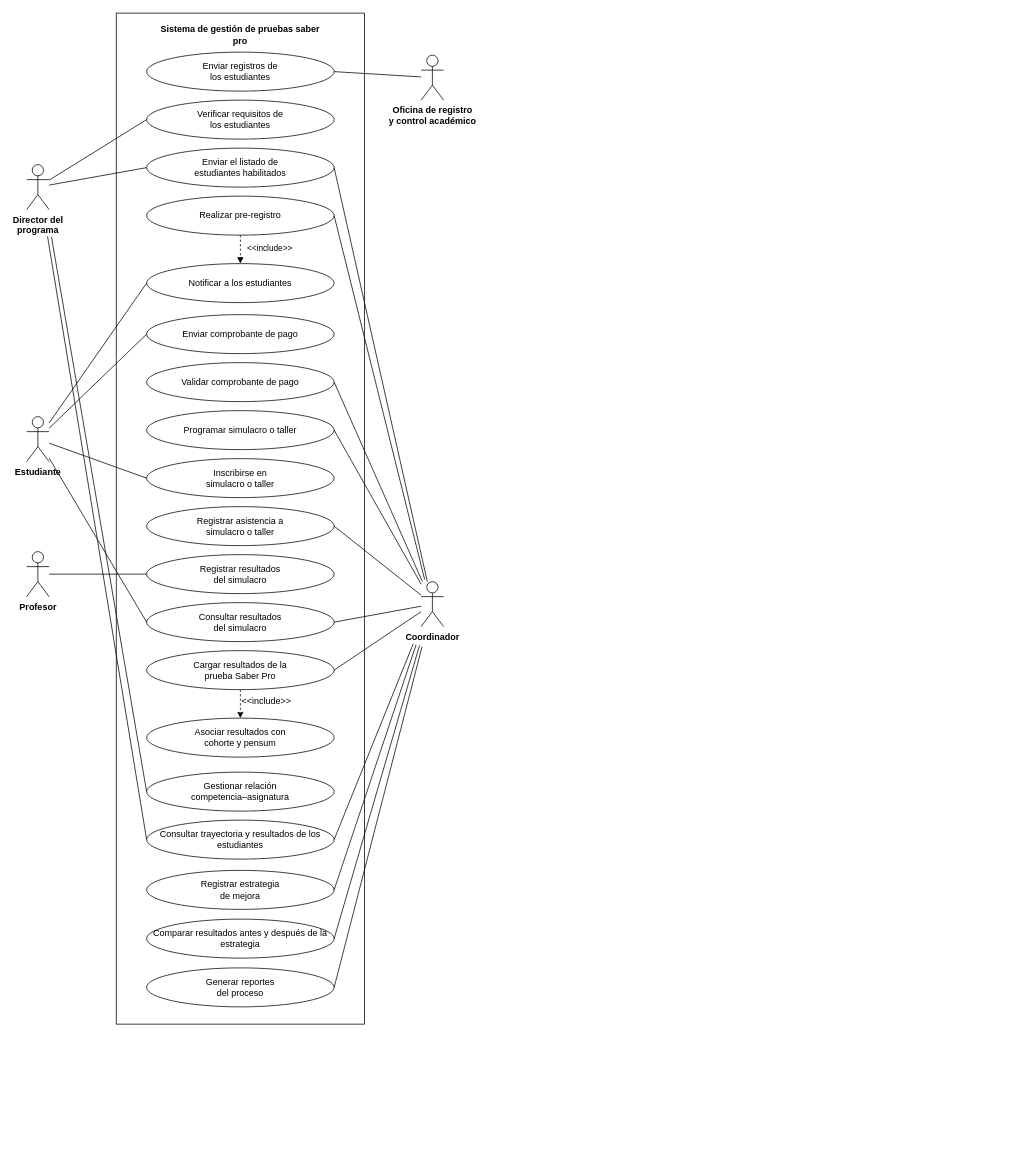
Earlier version of the draw.io diagram Diagramas cdu/Diagrama Requerimientos General.drawio (lauubeltran/isi-2026ii-SaberPro). Source tidied: cells renumbered, new cells numbered last; positions are measured from the earlier drawing's top-left corner, leaving out a move shared by most shapes. Both pictures are drawn from the tidied source at 75%, with x=0, y=0 at pixel (26, 13).
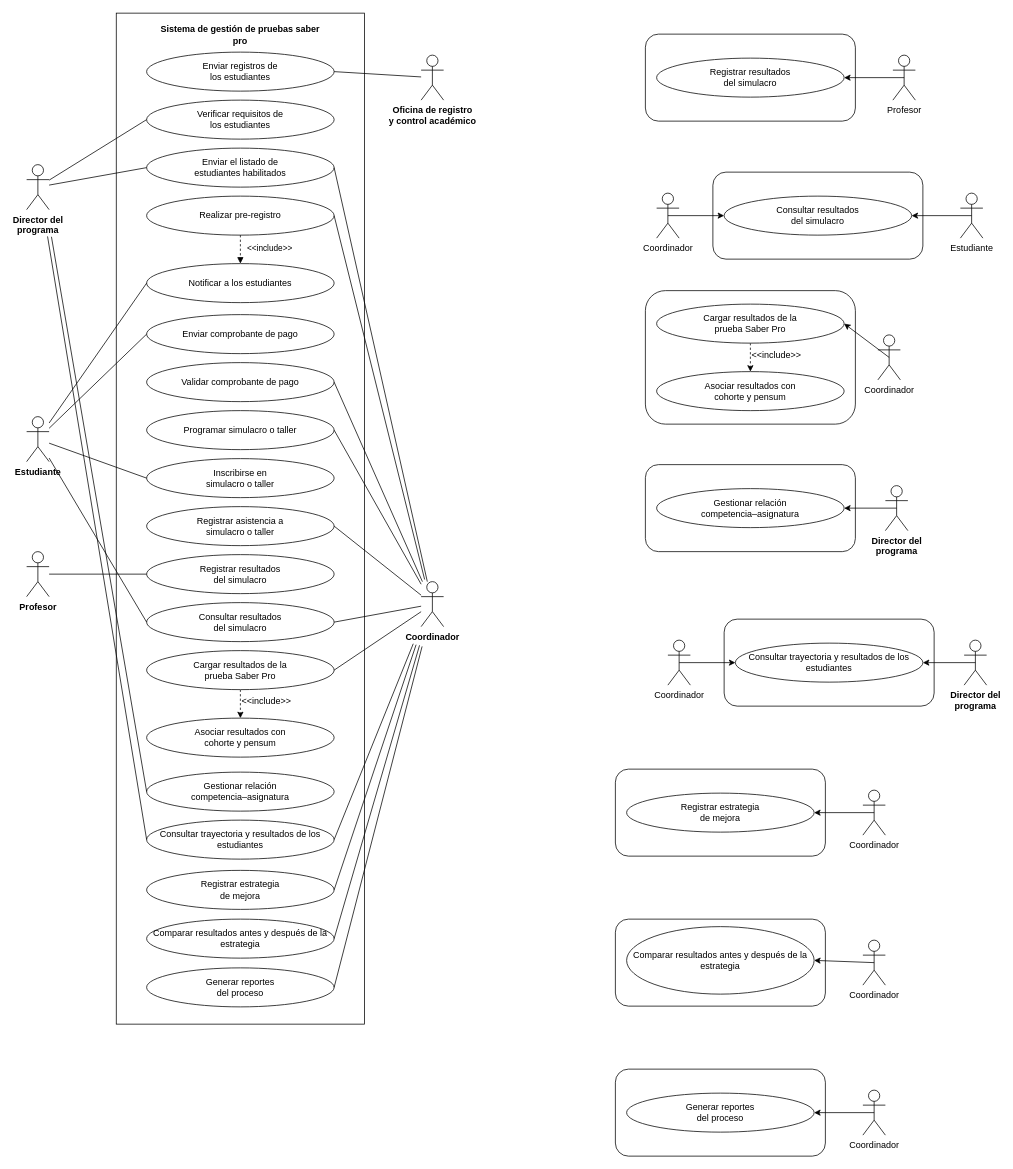
The same diagram, later.

Commit message (it also covers changes not shown here):
desglose del modelo general de requerimientos, para la explicación paso a paso

Change to the diagram source:
```diff
@@
+    <mxCell id="52" style="rounded=1;whiteSpace=wrap;html=1;" parent="1" vertex="1">
+      <mxGeometry x="825" y="28" width="280" height="116" as="geometry" />
+    </mxCell>
@@
+    <mxCell id="53" value="Registrar resultados&lt;br&gt;del simulacro" style="ellipse;whiteSpace=wrap;html=1;fontSize=12;fillColor=#ffffff;strokeColor=#000000;" parent="1" vertex="1">
+      <mxGeometry x="840" y="60" width="250" height="52" as="geometry" />
+    </mxCell>
+    <mxCell id="54" style="edgeStyle=orthogonalEdgeStyle;rounded=0;jettySize=auto;html=1;exitX=0.5;exitY=0.5;exitDx=0;exitDy=0;exitPerimeter=0;entryX=1;entryY=0.5;entryDx=0;entryDy=0;" parent="1" edge="1" source="55" target="53">
+      <mxGeometry relative="1" as="geometry" />
+    </mxCell>
+    <mxCell id="55" value="Profesor" style="shape=umlActor;verticalLabelPosition=bottom;verticalAlign=top;html=1;outlineConnect=0;" parent="1" vertex="1">
+      <mxGeometry x="1155" y="56" width="30" height="60" as="geometry" />
+    </mxCell>
+    <mxCell id="56" style="rounded=1;whiteSpace=wrap;html=1;" parent="1" vertex="1">
+      <mxGeometry x="915" y="212" width="280" height="116" as="geometry" />
+    </mxCell>
+    <mxCell id="57" style="edgeStyle=orthogonalEdgeStyle;rounded=0;jettySize=auto;html=1;exitX=0.5;exitY=0.5;exitDx=0;exitDy=0;exitPerimeter=0;entryX=1;entryY=0.5;entryDx=0;entryDy=0;" parent="1" edge="1" source="58" target="59">
+      <mxGeometry relative="1" as="geometry" />
+    </mxCell>
+    <mxCell id="58" value="Estudiante" style="shape=umlActor;verticalLabelPosition=bottom;verticalAlign=top;html=1;outlineConnect=0;" parent="1" vertex="1">
+      <mxGeometry x="1245" y="240" width="30" height="60" as="geometry" />
+    </mxCell>
+    <mxCell id="59" value="Consultar resultados&lt;br&gt;del simulacro" style="ellipse;whiteSpace=wrap;html=1;fontSize=12;fillColor=#ffffff;strokeColor=#000000;" parent="1" vertex="1">
+      <mxGeometry x="930" y="244" width="250" height="52" as="geometry" />
+    </mxCell>
+    <mxCell id="60" style="edgeStyle=orthogonalEdgeStyle;rounded=0;jettySize=auto;html=1;exitX=0.5;exitY=0.5;exitDx=0;exitDy=0;exitPerimeter=0;entryX=0;entryY=0.5;entryDx=0;entryDy=0;" parent="1" edge="1" source="61" target="59">
+      <mxGeometry relative="1" as="geometry" />
+    </mxCell>
+    <mxCell id="61" value="Coordinador" style="shape=umlActor;verticalLabelPosition=bottom;verticalAlign=top;html=1;outlineConnect=0;" parent="1" vertex="1">
+      <mxGeometry x="840" y="240" width="30" height="60" as="geometry" />
+    </mxCell>
+    <mxCell id="62" style="rounded=1;whiteSpace=wrap;html=1;" parent="1" vertex="1">
+      <mxGeometry x="825" y="370" width="280" height="178" as="geometry" />
+    </mxCell>
+    <mxCell id="63" style="edgeStyle=orthogonalEdgeStyle;rounded=0;jettySize=auto;html=1;exitX=0.5;exitY=1;exitDx=0;exitDy=0;entryX=0.5;entryY=0;entryDx=0;entryDy=0;dashed=1;" parent="1" edge="1" source="64" target="65">
+      <mxGeometry relative="1" as="geometry" />
+    </mxCell>
+    <mxCell id="64" value="Cargar resultados de la&lt;br&gt;prueba Saber Pro" style="ellipse;whiteSpace=wrap;html=1;fontSize=12;fillColor=#ffffff;strokeColor=#000000;" parent="1" vertex="1">
+      <mxGeometry x="840" y="388" width="250" height="52" as="geometry" />
+    </mxCell>
+    <mxCell id="65" value="Asociar resultados con&lt;br&gt;cohorte y pensum" style="ellipse;whiteSpace=wrap;html=1;fontSize=12;" parent="1" vertex="1">
+      <mxGeometry x="840" y="478" width="250" height="52" as="geometry" />
+    </mxCell>
+    <mxCell id="66" value="&amp;lt;&amp;lt;include&amp;gt;&amp;gt;&lt;div&gt;&lt;br&gt;&lt;/div&gt;" style="text;html=1;whiteSpace=wrap;strokeColor=none;fillColor=none;align=center;verticalAlign=middle;rounded=0;" parent="1" vertex="1">
+      <mxGeometry x="970" y="448" width="60" height="30" as="geometry" />
+    </mxCell>
+    <mxCell id="67" style="rounded=0;jettySize=auto;html=1;exitX=0.5;exitY=0.5;exitDx=0;exitDy=0;exitPerimeter=0;entryX=1;entryY=0.5;entryDx=0;entryDy=0;" parent="1" edge="1" source="68" target="64">
+      <mxGeometry relative="1" as="geometry" />
+    </mxCell>
+    <mxCell id="68" value="Coordinador" style="shape=umlActor;verticalLabelPosition=bottom;verticalAlign=top;html=1;outlineConnect=0;" parent="1" vertex="1">
+      <mxGeometry x="1135" y="429" width="30" height="60" as="geometry" />
+    </mxCell>
+    <mxCell id="69" style="rounded=1;whiteSpace=wrap;html=1;" parent="1" vertex="1">
+      <mxGeometry x="825" y="602" width="280" height="116" as="geometry" />
+    </mxCell>
+    <mxCell id="70" value="Gestionar relación&lt;br&gt;competencia–asignatura" style="ellipse;whiteSpace=wrap;html=1;fontSize=12;fillColor=#ffffff;strokeColor=#000000;" parent="1" vertex="1">
+      <mxGeometry x="840" y="634" width="250" height="52" as="geometry" />
+    </mxCell>
+    <mxCell id="71" style="edgeStyle=orthogonalEdgeStyle;rounded=0;jettySize=auto;html=1;exitX=0.5;exitY=0.5;exitDx=0;exitDy=0;exitPerimeter=0;entryX=1;entryY=0.5;entryDx=0;entryDy=0;" parent="1" edge="1" source="72" target="70">
+      <mxGeometry relative="1" as="geometry" />
+    </mxCell>
+    <mxCell id="72" value="Director del&lt;br&gt;programa" style="shape=umlActor;verticalLabelPosition=bottom;verticalAlign=top;html=1;outlineConnect=0;fontStyle=1;fontSize=12;" parent="1" vertex="1">
+      <mxGeometry x="1145" y="630" width="30" height="60" as="geometry" />
+    </mxCell>
+    <mxCell id="73" style="rounded=1;whiteSpace=wrap;html=1;" parent="1" vertex="1">
+      <mxGeometry x="930" y="808" width="280" height="116" as="geometry" />
+    </mxCell>
+    <mxCell id="74" style="edgeStyle=orthogonalEdgeStyle;rounded=0;jettySize=auto;html=1;exitX=0.5;exitY=0.5;exitDx=0;exitDy=0;exitPerimeter=0;entryX=1;entryY=0.5;entryDx=0;entryDy=0;" parent="1" edge="1" source="75" target="76">
+      <mxGeometry relative="1" as="geometry" />
+    </mxCell>
+    <mxCell id="75" value="Director del&lt;br&gt;programa" style="shape=umlActor;verticalLabelPosition=bottom;verticalAlign=top;html=1;outlineConnect=0;fontStyle=1;fontSize=12;" parent="1" vertex="1">
+      <mxGeometry x="1250" y="836" width="30" height="60" as="geometry" />
+    </mxCell>
+    <mxCell id="76" value="Consultar trayectoria y resultados de los estudiantes" style="ellipse;whiteSpace=wrap;html=1;fontSize=12;fillColor=#ffffff;strokeColor=#000000;" parent="1" vertex="1">
+      <mxGeometry x="945" y="840" width="250" height="52" as="geometry" />
+    </mxCell>
+    <mxCell id="77" style="edgeStyle=orthogonalEdgeStyle;rounded=0;jettySize=auto;html=1;exitX=0.5;exitY=0.5;exitDx=0;exitDy=0;exitPerimeter=0;entryX=0;entryY=0.5;entryDx=0;entryDy=0;" parent="1" edge="1" source="78" target="76">
+      <mxGeometry relative="1" as="geometry" />
+    </mxCell>
+    <mxCell id="78" value="Coordinador" style="shape=umlActor;verticalLabelPosition=bottom;verticalAlign=top;html=1;outlineConnect=0;" parent="1" vertex="1">
+      <mxGeometry x="855" y="836" width="30" height="60" as="geometry" />
+    </mxCell>
+    <mxCell id="79" style="rounded=1;whiteSpace=wrap;html=1;" parent="1" vertex="1">
+      <mxGeometry x="785" y="1008" width="280" height="116" as="geometry" />
+    </mxCell>
+    <mxCell id="80" style="edgeStyle=orthogonalEdgeStyle;rounded=0;jettySize=auto;html=1;exitX=0.5;exitY=0.5;exitDx=0;exitDy=0;exitPerimeter=0;entryX=1;entryY=0.5;entryDx=0;entryDy=0;" parent="1" edge="1" source="81" target="88">
+      <mxGeometry relative="1" as="geometry" />
+    </mxCell>
+    <mxCell id="81" value="Coordinador" style="shape=umlActor;verticalLabelPosition=bottom;verticalAlign=top;html=1;outlineConnect=0;" parent="1" vertex="1">
+      <mxGeometry x="1115" y="1036" width="30" height="60" as="geometry" />
+    </mxCell>
+    <mxCell id="82" style="rounded=1;whiteSpace=wrap;html=1;" parent="1" vertex="1">
+      <mxGeometry x="785" y="1208" width="280" height="116" as="geometry" />
+    </mxCell>
+    <mxCell id="83" style="rounded=0;jettySize=auto;html=1;exitX=0.5;exitY=0.5;exitDx=0;exitDy=0;exitPerimeter=0;entryX=1;entryY=0.5;entryDx=0;entryDy=0;" parent="1" edge="1" source="84" target="89">
+      <mxGeometry relative="1" as="geometry" />
+    </mxCell>
+    <mxCell id="84" value="Coordinador" style="shape=umlActor;verticalLabelPosition=bottom;verticalAlign=top;html=1;outlineConnect=0;" parent="1" vertex="1">
+      <mxGeometry x="1115" y="1236" width="30" height="60" as="geometry" />
+    </mxCell>
+    <mxCell id="85" style="rounded=1;whiteSpace=wrap;html=1;" parent="1" vertex="1">
+      <mxGeometry x="785" y="1408" width="280" height="116" as="geometry" />
+    </mxCell>
+    <mxCell id="86" style="edgeStyle=orthogonalEdgeStyle;rounded=0;jettySize=auto;html=1;exitX=0.5;exitY=0.5;exitDx=0;exitDy=0;exitPerimeter=0;entryX=1;entryY=0.5;entryDx=0;entryDy=0;" parent="1" edge="1" source="87" target="90">
+      <mxGeometry relative="1" as="geometry" />
+    </mxCell>
+    <mxCell id="87" value="Coordinador" style="shape=umlActor;verticalLabelPosition=bottom;verticalAlign=top;html=1;outlineConnect=0;" parent="1" vertex="1">
+      <mxGeometry x="1115" y="1436" width="30" height="60" as="geometry" />
+    </mxCell>
+    <mxCell id="88" value="Registrar estrategia&lt;br&gt;de mejora" style="ellipse;whiteSpace=wrap;html=1;fontSize=12;fillColor=#ffffff;strokeColor=#000000;" parent="1" vertex="1">
+      <mxGeometry x="800" y="1040" width="250" height="52" as="geometry" />
+    </mxCell>
+    <mxCell id="89" value="Comparar resultados antes y después de la estrategia" style="ellipse;whiteSpace=wrap;html=1;fontSize=12;fillColor=#ffffff;strokeColor=#000000;" parent="1" vertex="1">
+      <mxGeometry x="800" y="1218" width="250" height="90" as="geometry" />
+    </mxCell>
+    <mxCell id="90" value="Generar reportes&lt;br&gt;del proceso" style="ellipse;whiteSpace=wrap;html=1;fontSize=12;" parent="1" vertex="1">
+      <mxGeometry x="800" y="1440" width="250" height="52" as="geometry" />
+    </mxCell>
```
